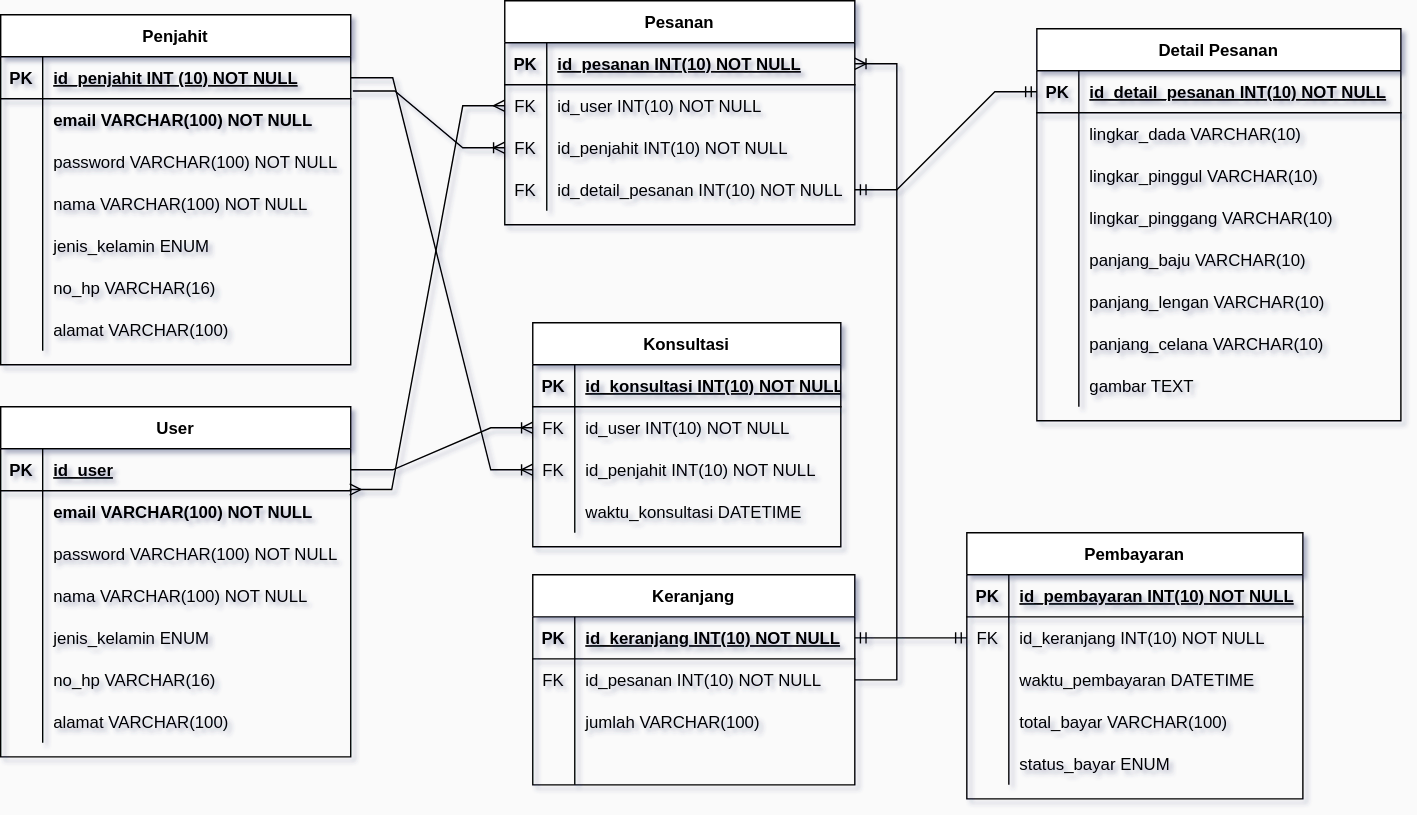
Above: pertemuan5./jahit-revisi.drawio.svg in salmanfazz/IF214002 (draw.io), before the change. Source tidied: cells renumbered, new cells last; positions are measured from the earlier drawing's top-left corner, leaving out a move shared by most shapes.
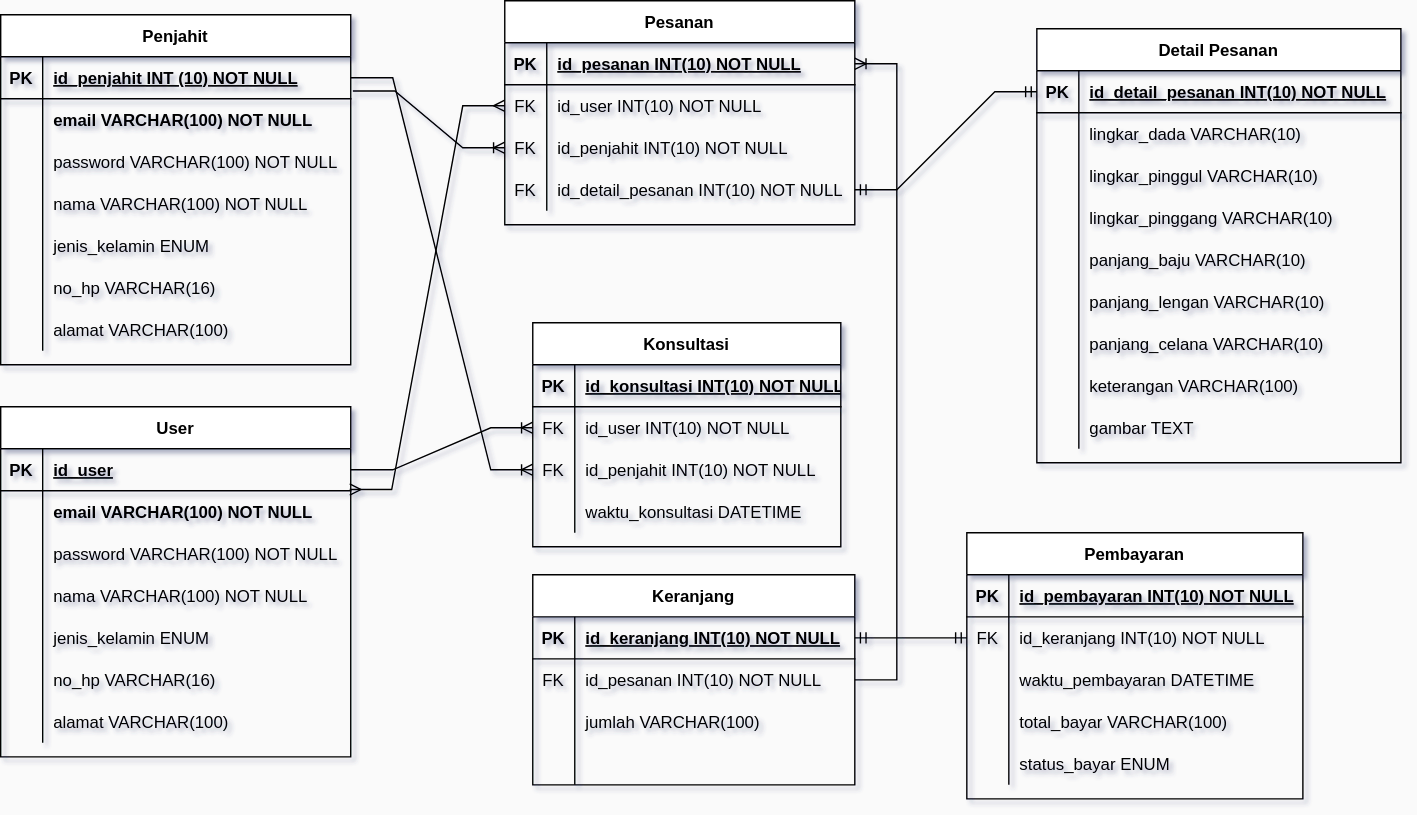
The same diagram one commit later.

The edit, as a diff of the source:
```diff
@@ -318,7 +318,7 @@
       <mxGeometry relative="1" as="geometry" />
     </mxCell>
     <mxCell id="107" value="Detail Pesanan" style="shape=table;startSize=30;rowLines=0;fontStyle=1;align=center;" parent="1" vertex="1">
-      <mxGeometry x="740" y="20" width="260" height="280" as="geometry" />
+      <mxGeometry x="740" y="20" width="260" height="310" as="geometry" />
     </mxCell>
     <mxCell id="108" style="shape=tableRow;horizontal=0;startSize=0;swimlaneHead=0;swimlaneBody=0;fillColor=none;points=[[0,0.5],[1,0.5]];portConstraint=eastwest;top=0;left=0;right=0;bottom=1;" parent="107" vertex="1">
       <mxGeometry y="30" width="260" height="30" as="geometry" />
@@ -389,9 +389,18 @@
     <mxCell id="130" style="shape=partialRectangle;fillColor=none;top=0;left=0;bottom=0;right=0;overflow=hidden;" parent="129" vertex="1">
       <mxGeometry width="30" height="30" as="geometry" />
     </mxCell>
-    <mxCell id="131" value="gambar TEXT" style="shape=partialRectangle;fillColor=none;top=0;left=0;bottom=0;right=0;align=left;spacingLeft=6;overflow=hidden;" parent="129" vertex="1">
+    <mxCell id="131" value="keterangan VARCHAR(100)" style="shape=partialRectangle;fillColor=none;top=0;left=0;bottom=0;right=0;align=left;spacingLeft=6;overflow=hidden;" parent="129" vertex="1">
       <mxGeometry x="30" width="230" height="30" as="geometry" />
     </mxCell>
+    <mxCell id="134" style="shape=tableRow;horizontal=0;startSize=0;swimlaneHead=0;swimlaneBody=0;fillColor=none;top=0;left=0;right=0;bottom=0;" parent="107" vertex="1">
+      <mxGeometry y="270" width="260" height="30" as="geometry" />
+    </mxCell>
+    <mxCell id="135" style="shape=partialRectangle;fillColor=none;top=0;left=0;bottom=0;right=0;overflow=hidden;" parent="134" vertex="1">
+      <mxGeometry width="30" height="30" as="geometry" />
+    </mxCell>
+    <mxCell id="136" value="gambar TEXT" style="shape=partialRectangle;fillColor=none;top=0;left=0;bottom=0;right=0;align=left;spacingLeft=6;overflow=hidden;" parent="134" vertex="1">
+      <mxGeometry x="30" width="230" height="30" as="geometry" />
+    </mxCell>
     <mxCell id="132" style="edgeStyle=entityRelationEdgeStyle;fontSize=12;html=1;endArrow=ERmandOne;startArrow=ERmandOne;rounded=0;entryX=0;entryY=0.5;entryDx=0;entryDy=0;exitX=1;exitY=0.5;exitDx=0;exitDy=0;" parent="1" edge="1" source="56" target="108">
       <mxGeometry relative="1" as="geometry" />
     </mxCell>
```
